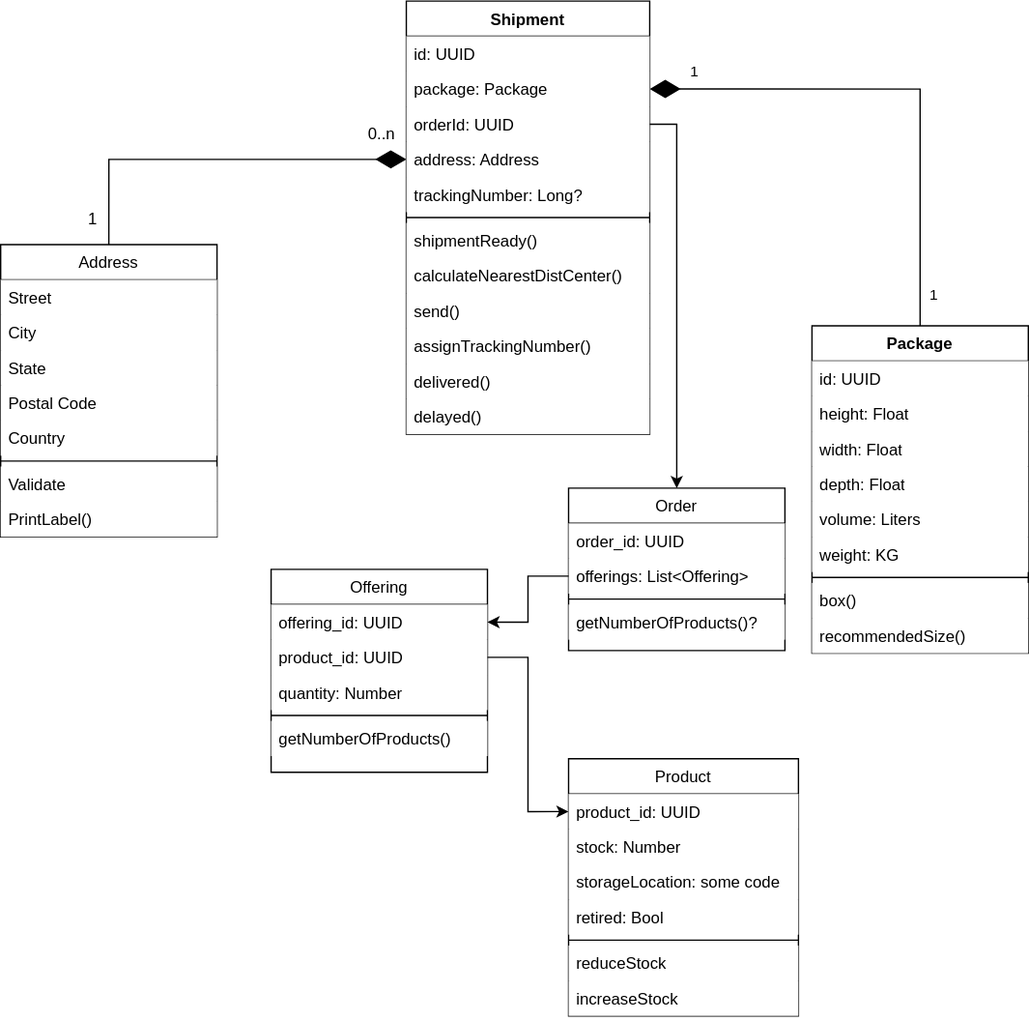
This is shipping/ShipmentSchema.svg from eda-ecommerce/asyncapi, a draw.io export, as it was before one commit. Source tidied: cells renumbered, new cells last; positions are measured from the earlier drawing's top-left corner, leaving out a move shared by most shapes.
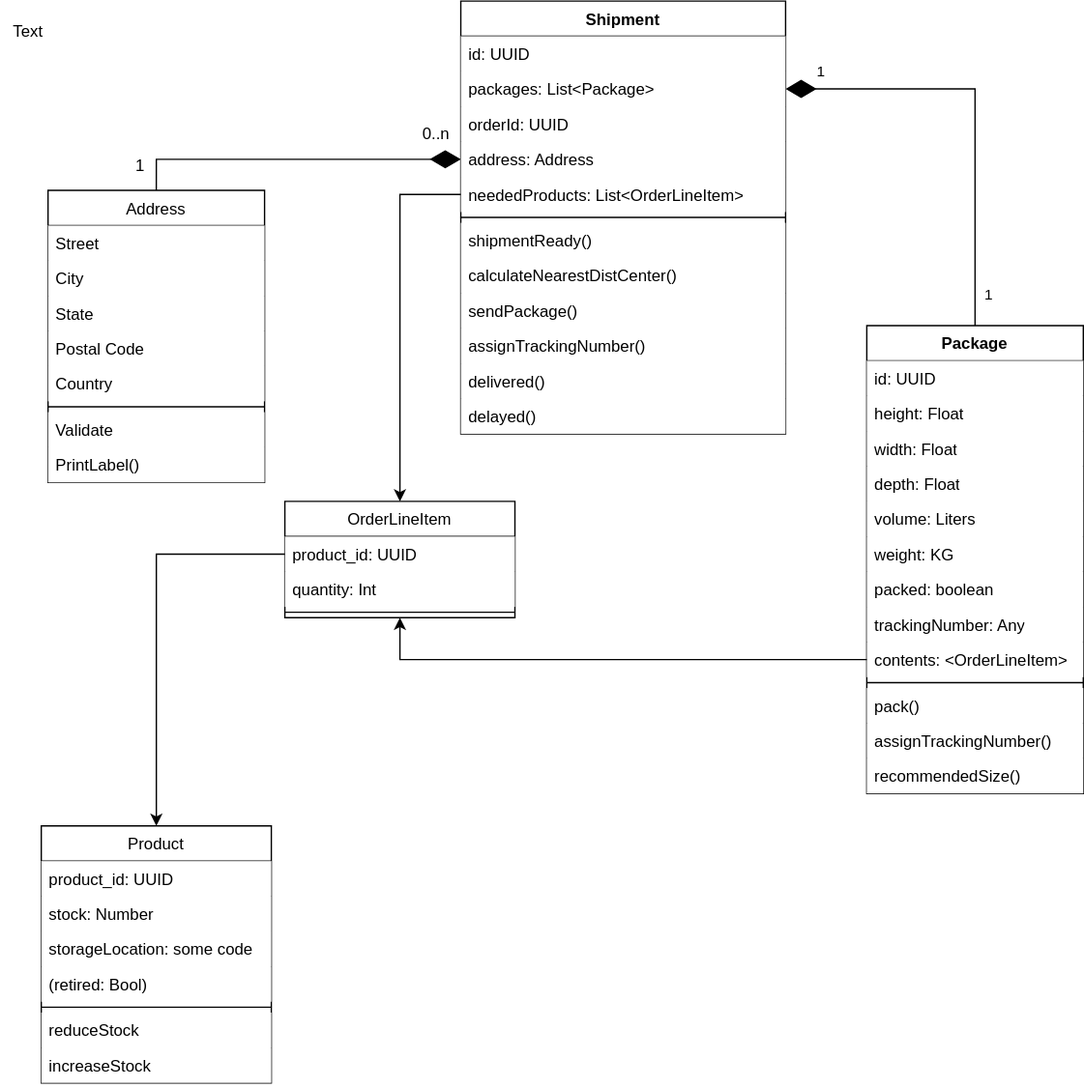
Above is the later version.

What changed in the source:
```diff
@@ -3,7 +3,7 @@
     <mxCell id="0" />
     <mxCell id="1" parent="0" />
     <mxCell id="2" value="Address" style="swimlane;fontStyle=0;align=center;verticalAlign=top;horizontal=1;startSize=26;rounded=0;shadow=0;strokeWidth=1;fillStyle=solid;" parent="1" vertex="1">
-      <mxGeometry y="180" width="160" height="216" as="geometry" />
+      <mxGeometry x="-5" y="140" width="160" height="216" as="geometry" />
     </mxCell>
     <mxCell id="3" value="Street" style="text;align=left;verticalAlign=top;spacingLeft=4;spacingRight=4;overflow=hidden;fillColor=default;" parent="2" vertex="1">
       <mxGeometry y="26" width="160" height="26" as="geometry" />
@@ -53,7 +53,7 @@
       </mxGeometry>
     </mxCell>
     <mxCell id="16" value="Package" style="swimlane;fontStyle=1;align=center;verticalAlign=top;horizontal=1;startSize=26;whiteSpace=wrap;html=1;" parent="1" vertex="1">
-      <mxGeometry x="600" y="240" width="160" height="242" as="geometry" />
+      <mxGeometry x="600" y="240" width="160" height="346" as="geometry" />
     </mxCell>
     <mxCell id="17" value="id: UUID" style="text;strokeColor=none;fillColor=default;align=left;verticalAlign=top;spacingLeft=4;spacingRight=4;overflow=hidden;whiteSpace=wrap;html=1;" parent="16" vertex="1">
       <mxGeometry y="26" width="160" height="26" as="geometry" />
@@ -73,82 +73,73 @@
     <mxCell id="22" value="weight: KG" style="text;strokeColor=none;fillColor=default;align=left;verticalAlign=top;spacingLeft=4;spacingRight=4;overflow=hidden;whiteSpace=wrap;html=1;" parent="16" vertex="1">
       <mxGeometry y="156" width="160" height="26" as="geometry" />
     </mxCell>
+    <mxCell id="62" value="packed: boolean" style="text;strokeColor=none;fillColor=default;align=left;verticalAlign=top;spacingLeft=4;spacingRight=4;overflow=hidden;whiteSpace=wrap;html=1;" parent="16" vertex="1">
+      <mxGeometry y="182" width="160" height="26" as="geometry" />
+    </mxCell>
+    <mxCell id="63" value="trackingNumber: Any" style="text;strokeColor=none;fillColor=default;align=left;verticalAlign=top;spacingLeft=4;spacingRight=4;overflow=hidden;whiteSpace=wrap;html=1;" parent="16" vertex="1">
+      <mxGeometry y="208" width="160" height="26" as="geometry" />
+    </mxCell>
+    <mxCell id="64" value="contents: &amp;lt;OrderLineItem&amp;gt;" style="text;strokeColor=none;fillColor=default;align=left;verticalAlign=top;spacingLeft=4;spacingRight=4;overflow=hidden;points=[[0,0.5],[1,0.5]];portConstraint=eastwest;whiteSpace=wrap;html=1;" parent="16" vertex="1">
+      <mxGeometry y="234" width="160" height="26" as="geometry" />
+    </mxCell>
     <mxCell id="23" style="line;strokeWidth=1;fillColor=default;align=left;verticalAlign=middle;spacingTop=-1;spacingLeft=3;spacingRight=3;labelPosition=right;strokeColor=inherit;" parent="16" vertex="1">
-      <mxGeometry y="182" width="160" height="8" as="geometry" />
+      <mxGeometry y="260" width="160" height="8" as="geometry" />
     </mxCell>
-    <mxCell id="24" value="box()" style="text;strokeColor=none;fillColor=default;align=left;verticalAlign=top;spacingLeft=4;spacingRight=4;overflow=hidden;whiteSpace=wrap;html=1;" parent="16" vertex="1">
-      <mxGeometry y="190" width="160" height="26" as="geometry" />
+    <mxCell id="24" value="pack()" style="text;strokeColor=none;fillColor=default;align=left;verticalAlign=top;spacingLeft=4;spacingRight=4;overflow=hidden;whiteSpace=wrap;html=1;" parent="16" vertex="1">
+      <mxGeometry y="268" width="160" height="26" as="geometry" />
     </mxCell>
+    <mxCell id="65" value="assignTrackingNumber()" style="text;strokeColor=none;fillColor=default;align=left;verticalAlign=top;spacingLeft=4;spacingRight=4;overflow=hidden;whiteSpace=wrap;html=1;" parent="16" vertex="1">
+      <mxGeometry y="294" width="160" height="26" as="geometry" />
+    </mxCell>
     <mxCell id="25" value="recommendedSize()" style="text;strokeColor=none;fillColor=default;align=left;verticalAlign=top;spacingLeft=4;spacingRight=4;overflow=hidden;whiteSpace=wrap;html=1;" parent="16" vertex="1">
-      <mxGeometry y="216" width="160" height="26" as="geometry" />
+      <mxGeometry y="320" width="160" height="26" as="geometry" />
     </mxCell>
     <mxCell id="26" value="Shipment" style="swimlane;fontStyle=1;align=center;verticalAlign=top;horizontal=1;startSize=26;whiteSpace=wrap;html=1;" parent="1" vertex="1">
-      <mxGeometry x="300" width="180" height="320" as="geometry" />
+      <mxGeometry x="300" width="240" height="320" as="geometry" />
     </mxCell>
     <mxCell id="27" value="id: UUID" style="text;strokeColor=none;fillColor=default;align=left;verticalAlign=top;spacingLeft=4;spacingRight=4;overflow=hidden;whiteSpace=wrap;html=1;" parent="26" vertex="1">
-      <mxGeometry y="26" width="180" height="26" as="geometry" />
+      <mxGeometry y="26" width="240" height="26" as="geometry" />
     </mxCell>
-    <mxCell id="28" value="package: Package" style="text;strokeColor=none;fillColor=default;align=left;verticalAlign=top;spacingLeft=4;spacingRight=4;overflow=hidden;points=[[0,0.5],[1,0.5]];portConstraint=eastwest;whiteSpace=wrap;html=1;" parent="26" vertex="1">
-      <mxGeometry y="52" width="180" height="26" as="geometry" />
+    <mxCell id="28" value="packages: List&amp;lt;Package&amp;gt;" style="text;strokeColor=none;fillColor=default;align=left;verticalAlign=top;spacingLeft=4;spacingRight=4;overflow=hidden;points=[[0,0.5],[1,0.5]];portConstraint=eastwest;whiteSpace=wrap;html=1;" parent="26" vertex="1">
+      <mxGeometry y="52" width="240" height="26" as="geometry" />
     </mxCell>
     <mxCell id="29" value="&lt;div&gt;orderId: UUID&lt;br&gt;&lt;/div&gt;" style="text;strokeColor=none;fillColor=default;align=left;verticalAlign=top;spacingLeft=4;spacingRight=4;overflow=hidden;points=[[0,0.5],[1,0.5]];portConstraint=eastwest;whiteSpace=wrap;html=1;" parent="26" vertex="1">
-      <mxGeometry y="78" width="180" height="26" as="geometry" />
+      <mxGeometry y="78" width="240" height="26" as="geometry" />
     </mxCell>
     <mxCell id="30" value="address: Address" style="text;strokeColor=none;fillColor=default;align=left;verticalAlign=top;spacingLeft=4;spacingRight=4;overflow=hidden;points=[[0,0.5],[1,0.5]];portConstraint=eastwest;whiteSpace=wrap;html=1;" parent="26" vertex="1">
-      <mxGeometry y="104" width="180" height="26" as="geometry" />
+      <mxGeometry y="104" width="240" height="26" as="geometry" />
     </mxCell>
-    <mxCell id="31" value="trackingNumber: Long?" style="text;strokeColor=none;fillColor=default;align=left;verticalAlign=top;spacingLeft=4;spacingRight=4;overflow=hidden;whiteSpace=wrap;html=1;" parent="26" vertex="1">
-      <mxGeometry y="130" width="180" height="26" as="geometry" />
-    </mxCell>
+    <mxCell id="66" value="neededProducts: List&amp;lt;OrderLineItem&amp;gt;" style="text;strokeColor=none;fillColor=default;align=left;verticalAlign=top;spacingLeft=4;spacingRight=4;overflow=hidden;points=[[0,0.5],[1,0.5]];portConstraint=eastwest;whiteSpace=wrap;html=1;" parent="26" vertex="1">
+      <mxGeometry y="130" width="240" height="26" as="geometry" />
+    </mxCell>
     <mxCell id="32" style="line;strokeWidth=1;fillColor=none;align=left;verticalAlign=middle;spacingTop=-1;spacingLeft=3;spacingRight=3;labelPosition=right;strokeColor=inherit;" parent="26" vertex="1">
-      <mxGeometry y="156" width="180" height="8" as="geometry" />
+      <mxGeometry y="156" width="240" height="8" as="geometry" />
     </mxCell>
     <mxCell id="33" value="shipmentReady()" style="text;strokeColor=none;fillColor=default;align=left;verticalAlign=top;spacingLeft=4;spacingRight=4;overflow=hidden;whiteSpace=wrap;html=1;" parent="26" vertex="1">
-      <mxGeometry y="164" width="180" height="26" as="geometry" />
+      <mxGeometry y="164" width="240" height="26" as="geometry" />
     </mxCell>
     <mxCell id="34" value="calculateNearestDistCenter()" style="text;strokeColor=none;fillColor=default;align=left;verticalAlign=top;spacingLeft=4;spacingRight=4;overflow=hidden;whiteSpace=wrap;html=1;" parent="26" vertex="1">
-      <mxGeometry y="190" width="180" height="26" as="geometry" />
+      <mxGeometry y="190" width="240" height="26" as="geometry" />
     </mxCell>
-    <mxCell id="35" value="send()" style="text;strokeColor=none;fillColor=default;align=left;verticalAlign=top;spacingLeft=4;spacingRight=4;overflow=hidden;whiteSpace=wrap;html=1;" parent="26" vertex="1">
-      <mxGeometry y="216" width="180" height="26" as="geometry" />
+    <mxCell id="35" value="sendPackage()" style="text;strokeColor=none;fillColor=default;align=left;verticalAlign=top;spacingLeft=4;spacingRight=4;overflow=hidden;whiteSpace=wrap;html=1;" parent="26" vertex="1">
+      <mxGeometry y="216" width="240" height="26" as="geometry" />
     </mxCell>
     <mxCell id="36" value="assignTrackingNumber()" style="text;strokeColor=none;fillColor=default;align=left;verticalAlign=top;spacingLeft=4;spacingRight=4;overflow=hidden;whiteSpace=wrap;html=1;" parent="26" vertex="1">
-      <mxGeometry y="242" width="180" height="26" as="geometry" />
+      <mxGeometry y="242" width="240" height="26" as="geometry" />
     </mxCell>
     <mxCell id="37" value="delivered()" style="text;strokeColor=none;fillColor=default;align=left;verticalAlign=top;spacingLeft=4;spacingRight=4;overflow=hidden;whiteSpace=wrap;html=1;" parent="26" vertex="1">
-      <mxGeometry y="268" width="180" height="26" as="geometry" />
+      <mxGeometry y="268" width="240" height="26" as="geometry" />
     </mxCell>
     <mxCell id="38" value="delayed()" style="text;strokeColor=none;fillColor=default;align=left;verticalAlign=top;spacingLeft=4;spacingRight=4;overflow=hidden;whiteSpace=wrap;html=1;" parent="26" vertex="1">
-      <mxGeometry y="294" width="180" height="26" as="geometry" />
+      <mxGeometry y="294" width="240" height="26" as="geometry" />
     </mxCell>
     <mxCell id="39" value="1" style="edgeLabel;html=1;align=center;verticalAlign=middle;" parent="1" vertex="1">
       <mxGeometry x="519.6" y="90" as="geometry">
         <mxPoint x="170" y="127" as="offset" />
       </mxGeometry>
     </mxCell>
-    <mxCell id="40" value="Offering" style="swimlane;fontStyle=0;align=center;verticalAlign=top;horizontal=1;startSize=26;rounded=0;shadow=0;strokeWidth=1;fillStyle=solid;" parent="1" vertex="1">
-      <mxGeometry x="200" y="420" width="160" height="150" as="geometry" />
-    </mxCell>
-    <mxCell id="41" value="offering_id: UUID" style="text;align=left;verticalAlign=top;spacingLeft=4;spacingRight=4;overflow=hidden;points=[[0,0.5],[1,0.5]];portConstraint=eastwest;rounded=0;shadow=0;html=0;fillColor=default;" parent="40" vertex="1">
-      <mxGeometry y="26" width="160" height="26" as="geometry" />
-    </mxCell>
-    <mxCell id="42" value="product_id: UUID" style="text;align=left;verticalAlign=top;spacingLeft=4;spacingRight=4;overflow=hidden;points=[[0,0.5],[1,0.5]];portConstraint=eastwest;fillColor=default;" parent="40" vertex="1">
-      <mxGeometry y="52" width="160" height="26" as="geometry" />
-    </mxCell>
-    <mxCell id="43" value="quantity: Number" style="text;align=left;verticalAlign=top;spacingLeft=4;spacingRight=4;overflow=hidden;rounded=0;shadow=0;html=0;fillColor=default;" parent="40" vertex="1">
-      <mxGeometry y="78" width="160" height="26" as="geometry" />
-    </mxCell>
-    <mxCell id="44" style="line;html=1;strokeWidth=1;align=left;verticalAlign=middle;spacingTop=-1;spacingLeft=3;spacingRight=3;labelPosition=right;" parent="40" vertex="1">
-      <mxGeometry y="104" width="160" height="8" as="geometry" />
-    </mxCell>
-    <mxCell id="45" value="getNumberOfProducts()" style="text;strokeColor=none;fillColor=default;align=left;verticalAlign=top;spacingLeft=4;spacingRight=4;overflow=hidden;whiteSpace=wrap;html=1;" parent="40" vertex="1">
-      <mxGeometry y="112" width="160" height="26" as="geometry" />
-    </mxCell>
-    <mxCell id="46" style="edgeStyle=orthogonalEdgeStyle;rounded=0;jettySize=auto;html=1;entryX=0;entryY=0.5;entryDx=0;entryDy=0;" parent="1" edge="1" source="42" target="48">
-      <mxGeometry relative="1" as="geometry" />
-    </mxCell>
     <mxCell id="47" value="Product" style="swimlane;fontStyle=0;align=center;verticalAlign=top;horizontal=1;startSize=26;rounded=0;shadow=0;strokeWidth=1;fillStyle=solid;" parent="1" vertex="1">
-      <mxGeometry x="420" y="560" width="170" height="190" as="geometry" />
+      <mxGeometry x="-10" y="610" width="170" height="190" as="geometry" />
     </mxCell>
     <mxCell id="48" value="product_id: UUID" style="text;align=left;verticalAlign=top;spacingLeft=4;spacingRight=4;overflow=hidden;points=[[0,0.5],[1,0.5]];portConstraint=eastwest;fillColor=default;" parent="47" vertex="1">
       <mxGeometry y="26" width="170" height="26" as="geometry" />
@@ -159,7 +150,7 @@
     <mxCell id="50" value="storageLocation: some code" style="text;align=left;verticalAlign=top;spacingLeft=4;spacingRight=4;overflow=hidden;rounded=0;shadow=0;html=0;fillColor=default;" parent="47" vertex="1">
       <mxGeometry y="78" width="170" height="26" as="geometry" />
     </mxCell>
-    <mxCell id="51" value="retired: Bool" style="text;align=left;verticalAlign=top;spacingLeft=4;spacingRight=4;overflow=hidden;rounded=0;shadow=0;html=0;fillColor=default;" parent="47" vertex="1">
+    <mxCell id="51" value="(retired: Bool)" style="text;align=left;verticalAlign=top;spacingLeft=4;spacingRight=4;overflow=hidden;rounded=0;shadow=0;html=0;fillColor=default;" parent="47" vertex="1">
       <mxGeometry y="104" width="170" height="26" as="geometry" />
     </mxCell>
     <mxCell id="52" style="line;html=1;strokeWidth=1;align=left;verticalAlign=middle;spacingTop=-1;spacingLeft=3;spacingRight=3;labelPosition=right;" parent="47" vertex="1">
@@ -171,26 +162,29 @@
     <mxCell id="54" value="increaseStock" style="text;align=left;verticalAlign=top;spacingLeft=4;spacingRight=4;overflow=hidden;fillColor=default;" parent="47" vertex="1">
       <mxGeometry y="164" width="170" height="26" as="geometry" />
     </mxCell>
-    <mxCell id="55" value="Order" style="swimlane;fontStyle=0;align=center;verticalAlign=top;horizontal=1;startSize=26;rounded=0;shadow=0;strokeWidth=1;fillStyle=solid;" parent="1" vertex="1">
-      <mxGeometry x="420" y="360" width="160" height="120" as="geometry" />
-    </mxCell>
-    <mxCell id="56" value="order_id: UUID" style="text;align=left;verticalAlign=top;spacingLeft=4;spacingRight=4;overflow=hidden;fillColor=default;" parent="55" vertex="1">
-      <mxGeometry y="26" width="160" height="26" as="geometry" />
-    </mxCell>
-    <mxCell id="57" value="offerings: List&lt;Offering&gt;" style="text;align=left;verticalAlign=top;spacingLeft=4;spacingRight=4;overflow=hidden;points=[[0,0.5],[1,0.5]];portConstraint=eastwest;rounded=0;shadow=0;html=0;fillColor=default;" parent="55" vertex="1">
-      <mxGeometry y="52" width="160" height="26" as="geometry" />
-    </mxCell>
-    <mxCell id="58" style="line;html=1;strokeWidth=1;align=left;verticalAlign=middle;spacingTop=-1;spacingLeft=3;spacingRight=3;labelPosition=right;" parent="55" vertex="1">
-      <mxGeometry y="78" width="160" height="8" as="geometry" />
-    </mxCell>
-    <mxCell id="59" value="getNumberOfProducts()?" style="text;strokeColor=none;fillColor=default;align=left;verticalAlign=top;spacingLeft=4;spacingRight=4;overflow=hidden;whiteSpace=wrap;html=1;" parent="55" vertex="1">
-      <mxGeometry y="86" width="160" height="26" as="geometry" />
-    </mxCell>
-    <mxCell id="60" style="edgeStyle=orthogonalEdgeStyle;rounded=0;jettySize=auto;html=1;entryX=1;entryY=0.5;entryDx=0;entryDy=0;" parent="1" edge="1" source="57" target="41">
-      <mxGeometry relative="1" as="geometry" />
-    </mxCell>
-    <mxCell id="61" style="edgeStyle=orthogonalEdgeStyle;rounded=0;jettySize=auto;html=1;entryX=0.5;entryY=0;entryDx=0;entryDy=0;" parent="1" edge="1" source="29" target="55">
-      <mxGeometry relative="1" as="geometry" />
-    </mxCell>
+    <mxCell id="67" value="OrderLineItem" style="swimlane;fontStyle=0;align=center;verticalAlign=top;horizontal=1;startSize=26;rounded=0;shadow=0;strokeWidth=1;fillStyle=solid;" parent="1" vertex="1">
+      <mxGeometry x="170" y="370" width="170" height="86" as="geometry" />
+    </mxCell>
+    <mxCell id="42" value="product_id: UUID" style="text;align=left;verticalAlign=top;spacingLeft=4;spacingRight=4;overflow=hidden;points=[[0,0.5],[1,0.5]];portConstraint=eastwest;fillColor=default;" parent="67" vertex="1">
+      <mxGeometry y="26" width="170" height="26" as="geometry" />
+    </mxCell>
+    <mxCell id="68" value="quantity: Int" style="text;align=left;verticalAlign=top;spacingLeft=4;spacingRight=4;overflow=hidden;fillColor=default;" parent="67" vertex="1">
+      <mxGeometry y="52" width="170" height="26" as="geometry" />
+    </mxCell>
+    <mxCell id="69" style="line;html=1;strokeWidth=1;align=left;verticalAlign=middle;spacingTop=-1;spacingLeft=3;spacingRight=3;labelPosition=right;" parent="67" vertex="1">
+      <mxGeometry y="78" width="170" height="8" as="geometry" />
+    </mxCell>
+    <mxCell id="70" value="Text" style="text;html=1;align=center;verticalAlign=middle;strokeColor=none;fillColor=none;" parent="1" vertex="1">
+      <mxGeometry x="-40" y="8" width="40" height="30" as="geometry" />
+    </mxCell>
+    <mxCell id="71" style="edgeStyle=orthogonalEdgeStyle;rounded=0;jettySize=auto;html=1;" parent="1" edge="1" source="42" target="47">
+      <mxGeometry relative="1" as="geometry" />
+    </mxCell>
+    <mxCell id="72" style="edgeStyle=orthogonalEdgeStyle;rounded=0;jettySize=auto;html=1;" parent="1" edge="1" source="66" target="67">
+      <mxGeometry relative="1" as="geometry" />
+    </mxCell>
+    <mxCell id="73" style="edgeStyle=orthogonalEdgeStyle;rounded=0;jettySize=auto;html=1;" parent="1" edge="1" source="64" target="67">
+      <mxGeometry relative="1" as="geometry" />
+    </mxCell>
   </root>
 </mxGraphModel>
```
